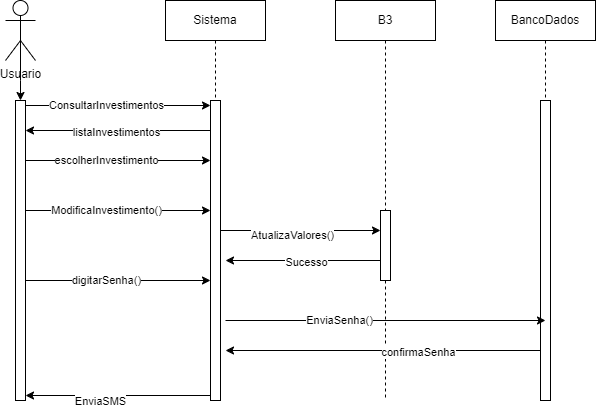
Before: diagrama_sequencia_modificar.png, a diagram exported from draw.io (ThePlano/Projeto-CC5511---ENGENHARIA-DE-SOFTWARE). Source tidied: cells renumbered, new cells last; positions are measured from the earlier drawing's top-left corner, leaving out a move shared by most shapes. The source it was exported from:
```xml
<mxGraphModel>
  <root>
    <mxCell id="0" />
    <mxCell id="1" parent="0" />
    <mxCell id="2" style="edgeStyle=orthogonalEdgeStyle;rounded=0;jettySize=auto;html=1;exitX=0.5;exitY=0.5;exitDx=0;exitDy=0;exitPerimeter=0;" parent="1" edge="1" source="3">
      <mxGeometry relative="1" as="geometry">
        <mxPoint x="15" y="100" as="targetPoint" />
      </mxGeometry>
    </mxCell>
    <mxCell id="3" value="Usuario&lt;div&gt;&lt;br&gt;&lt;/div&gt;" style="shape=umlActor;verticalLabelPosition=bottom;verticalAlign=top;html=1;outlineConnect=0;" parent="1" vertex="1">
      <mxGeometry width="30" height="60" as="geometry" />
    </mxCell>
    <mxCell id="4" value="Sistema" style="shape=umlLifeline;perimeter=lifelinePerimeter;whiteSpace=wrap;html=1;newEdgeStyle={&quot;edgeStyle&quot;:&quot;elbowEdgeStyle&quot;,&quot;elbow&quot;:&quot;vertical&quot;,&quot;curved&quot;:0,&quot;rounded&quot;:0};" parent="1" vertex="1">
      <mxGeometry x="160" width="100" height="400" as="geometry" />
    </mxCell>
    <mxCell id="5" style="html=1;points=[[0,0,0,0,5],[0,1,0,0,-5],[1,0,0,0,5],[1,1,0,0,-5]];perimeter=orthogonalPerimeter;outlineConnect=0;targetShapes=umlLifeline;portConstraint=eastwest;newEdgeStyle={&quot;curved&quot;:0,&quot;rounded&quot;:0};" parent="4" vertex="1">
      <mxGeometry x="45" y="100" width="10" height="300" as="geometry" />
    </mxCell>
    <mxCell id="6" value="B3" style="shape=umlLifeline;perimeter=lifelinePerimeter;whiteSpace=wrap;html=1;newEdgeStyle={&quot;edgeStyle&quot;:&quot;elbowEdgeStyle&quot;,&quot;elbow&quot;:&quot;vertical&quot;,&quot;curved&quot;:0,&quot;rounded&quot;:0};" parent="1" vertex="1">
      <mxGeometry x="330" width="100" height="400" as="geometry" />
    </mxCell>
    <mxCell id="7" style="html=1;points=[[0,0,0,0,5],[0,1,0,0,-5],[1,0,0,0,5],[1,1,0,0,-5]];perimeter=orthogonalPerimeter;outlineConnect=0;targetShapes=umlLifeline;portConstraint=eastwest;newEdgeStyle={&quot;curved&quot;:0,&quot;rounded&quot;:0};" parent="6" vertex="1">
      <mxGeometry x="45" y="210" width="10" height="70" as="geometry" />
    </mxCell>
    <mxCell id="8" style="html=1;points=[[0,0,0,0,5],[0,1,0,0,-5],[1,0,0,0,5],[1,1,0,0,-5]];perimeter=orthogonalPerimeter;outlineConnect=0;targetShapes=umlLifeline;portConstraint=eastwest;newEdgeStyle={&quot;curved&quot;:0,&quot;rounded&quot;:0};" parent="1" vertex="1">
      <mxGeometry x="10" y="100" width="10" height="300" as="geometry" />
    </mxCell>
    <mxCell id="9" style="edgeStyle=orthogonalEdgeStyle;rounded=0;jettySize=auto;html=1;curved=0;exitX=1;exitY=0;exitDx=0;exitDy=5;exitPerimeter=0;entryX=0;entryY=0;entryDx=0;entryDy=5;entryPerimeter=0;" parent="1" edge="1" source="8" target="5">
      <mxGeometry relative="1" as="geometry" />
    </mxCell>
    <mxCell id="10" value="ConsultarInvestimentos" style="edgeLabel;html=1;align=center;verticalAlign=middle;" parent="9" vertex="1">
      <mxGeometry x="-0.14" y="1" relative="1" as="geometry" />
    </mxCell>
    <mxCell id="11" style="edgeStyle=orthogonalEdgeStyle;rounded=0;orthogonalLoop=1;jettySize=auto;html=1;curved=0;exitX=0;exitY=1;exitDx=0;exitDy=-5;exitPerimeter=0;entryX=1;entryY=1;entryDx=0;entryDy=-5;entryPerimeter=0;" parent="1" edge="1">
      <mxGeometry relative="1" as="geometry">
        <mxPoint x="205" y="130" as="sourcePoint" />
        <mxPoint x="20" y="130" as="targetPoint" />
      </mxGeometry>
    </mxCell>
    <mxCell id="12" value="listaInvestimentos" style="edgeLabel;html=1;align=center;verticalAlign=middle;" parent="11" vertex="1">
      <mxGeometry x="0.34" y="1" relative="1" as="geometry">
        <mxPoint x="29" as="offset" />
      </mxGeometry>
    </mxCell>
    <mxCell id="13" style="edgeStyle=orthogonalEdgeStyle;rounded=0;orthogonalLoop=1;jettySize=auto;html=1;curved=0;exitX=1;exitY=0;exitDx=0;exitDy=5;exitPerimeter=0;entryX=0;entryY=0;entryDx=0;entryDy=5;entryPerimeter=0;" parent="1" edge="1">
      <mxGeometry relative="1" as="geometry">
        <mxPoint x="20" y="160" as="sourcePoint" />
        <mxPoint x="205" y="160" as="targetPoint" />
      </mxGeometry>
    </mxCell>
    <mxCell id="14" value="escolherInvestimento" style="edgeLabel;html=1;align=center;verticalAlign=middle;" parent="13" vertex="1">
      <mxGeometry x="-0.14" y="1" relative="1" as="geometry" />
    </mxCell>
    <mxCell id="15" style="edgeStyle=orthogonalEdgeStyle;rounded=0;jettySize=auto;html=1;curved=0;" parent="1" edge="1" source="5" target="7">
      <mxGeometry relative="1" as="geometry">
        <Array as="points">
          <mxPoint x="320" y="230" />
          <mxPoint x="320" y="230" />
        </Array>
      </mxGeometry>
    </mxCell>
    <mxCell id="16" value="Text" style="edgeLabel;html=1;align=center;verticalAlign=middle;" parent="15" vertex="1">
      <mxGeometry x="-0.16" y="-2" relative="1" as="geometry" />
    </mxCell>
    <mxCell id="17" value="AtualizaValores()" style="edgeLabel;html=1;align=center;verticalAlign=middle;" parent="15" vertex="1">
      <mxGeometry x="-0.11" y="-4" relative="1" as="geometry" />
    </mxCell>
    <mxCell id="18" style="edgeStyle=orthogonalEdgeStyle;rounded=0;orthogonalLoop=1;jettySize=auto;html=1;curved=0;exitX=1;exitY=0;exitDx=0;exitDy=5;exitPerimeter=0;entryX=0;entryY=0;entryDx=0;entryDy=5;entryPerimeter=0;" parent="1" edge="1">
      <mxGeometry relative="1" as="geometry">
        <mxPoint x="20" y="210" as="sourcePoint" />
        <mxPoint x="205" y="210" as="targetPoint" />
      </mxGeometry>
    </mxCell>
    <mxCell id="19" value="ModificaInvestimento()" style="edgeLabel;html=1;align=center;verticalAlign=middle;" parent="18" vertex="1">
      <mxGeometry x="-0.14" y="1" relative="1" as="geometry" />
    </mxCell>
    <mxCell id="20" value="BancoDados" style="shape=umlLifeline;perimeter=lifelinePerimeter;whiteSpace=wrap;html=1;newEdgeStyle={&quot;edgeStyle&quot;:&quot;elbowEdgeStyle&quot;,&quot;elbow&quot;:&quot;vertical&quot;,&quot;curved&quot;:0,&quot;rounded&quot;:0};" parent="1" vertex="1">
      <mxGeometry x="490" width="100" height="400" as="geometry" />
    </mxCell>
    <mxCell id="21" style="html=1;perimeter=orthogonalPerimeter;targetShapes=umlLifeline;newEdgeStyle={&quot;curved&quot;:0,&quot;rounded&quot;:0};" parent="20" vertex="1">
      <mxGeometry x="45" y="100" width="10" height="300" as="geometry" />
    </mxCell>
    <mxCell id="22" style="edgeStyle=orthogonalEdgeStyle;rounded=0;orthogonalLoop=1;jettySize=auto;html=1;curved=0;exitX=1;exitY=0;exitDx=0;exitDy=5;exitPerimeter=0;entryX=0;entryY=0;entryDx=0;entryDy=5;entryPerimeter=0;" parent="1" edge="1">
      <mxGeometry relative="1" as="geometry">
        <mxPoint x="20" y="280" as="sourcePoint" />
        <mxPoint x="205" y="280" as="targetPoint" />
      </mxGeometry>
    </mxCell>
    <mxCell id="23" value="digitarSenha()" style="edgeLabel;html=1;align=center;verticalAlign=middle;" parent="22" vertex="1">
      <mxGeometry x="-0.14" y="1" relative="1" as="geometry" />
    </mxCell>
    <mxCell id="24" style="edgeStyle=orthogonalEdgeStyle;rounded=0;orthogonalLoop=1;jettySize=auto;html=1;curved=0;exitX=1;exitY=1;exitDx=0;exitDy=-5;exitPerimeter=0;" parent="1" edge="1">
      <mxGeometry relative="1" as="geometry">
        <mxPoint x="220" y="320" as="sourcePoint" />
        <mxPoint x="540" y="320" as="targetPoint" />
      </mxGeometry>
    </mxCell>
    <mxCell id="25" value="EnviaSenha()" style="edgeLabel;html=1;align=center;verticalAlign=middle;" parent="24" vertex="1">
      <mxGeometry x="-0.29" y="1" relative="1" as="geometry" />
    </mxCell>
    <mxCell id="26" style="edgeStyle=orthogonalEdgeStyle;rounded=0;orthogonalLoop=1;jettySize=auto;html=1;curved=0;exitX=0;exitY=1;exitDx=0;exitDy=-5;exitPerimeter=0;" parent="1" edge="1">
      <mxGeometry relative="1" as="geometry">
        <mxPoint x="375" y="260" as="sourcePoint" />
        <mxPoint x="220" y="260" as="targetPoint" />
      </mxGeometry>
    </mxCell>
    <mxCell id="27" value="Sucesso" style="edgeLabel;html=1;align=center;verticalAlign=middle;" parent="26" vertex="1">
      <mxGeometry x="0.34" y="1" relative="1" as="geometry">
        <mxPoint x="29" as="offset" />
      </mxGeometry>
    </mxCell>
    <mxCell id="28" style="edgeStyle=orthogonalEdgeStyle;rounded=0;orthogonalLoop=1;jettySize=auto;html=1;curved=0;exitX=0;exitY=1;exitDx=0;exitDy=-5;exitPerimeter=0;" parent="1" edge="1">
      <mxGeometry relative="1" as="geometry">
        <mxPoint x="535" y="350" as="sourcePoint" />
        <mxPoint x="220" y="350" as="targetPoint" />
      </mxGeometry>
    </mxCell>
    <mxCell id="29" value="confirmaSenha" style="edgeLabel;html=1;align=center;verticalAlign=middle;" parent="28" vertex="1">
      <mxGeometry x="-0.22" y="1" relative="1" as="geometry" />
    </mxCell>
    <mxCell id="30" style="edgeStyle=orthogonalEdgeStyle;rounded=0;jettySize=auto;html=1;curved=0;exitX=0;exitY=1;exitDx=0;exitDy=-5;exitPerimeter=0;entryX=1;entryY=1;entryDx=0;entryDy=-5;entryPerimeter=0;" parent="1" edge="1" source="5" target="8">
      <mxGeometry relative="1" as="geometry" />
    </mxCell>
    <mxCell id="31" value="EnviaSMS" style="edgeLabel;html=1;align=center;verticalAlign=middle;" parent="30" vertex="1">
      <mxGeometry x="0.2" y="5" relative="1" as="geometry" />
    </mxCell>
  </root>
</mxGraphModel>
```
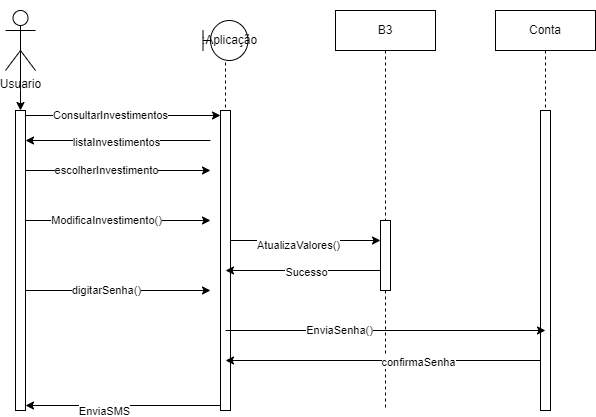
Above is the later version.

What changed in the source:
```diff
@@ -11,7 +11,7 @@
       <mxGeometry width="30" height="60" as="geometry" />
     </mxCell>
     <mxCell id="4" value="Sistema" style="shape=umlLifeline;perimeter=lifelinePerimeter;whiteSpace=wrap;html=1;newEdgeStyle={&quot;edgeStyle&quot;:&quot;elbowEdgeStyle&quot;,&quot;elbow&quot;:&quot;vertical&quot;,&quot;curved&quot;:0,&quot;rounded&quot;:0};" parent="1" vertex="1">
-      <mxGeometry x="160" width="100" height="400" as="geometry" />
+      <mxGeometry x="170" width="100" height="400" as="geometry" />
     </mxCell>
     <mxCell id="5" style="html=1;points=[[0,0,0,0,5],[0,1,0,0,-5],[1,0,0,0,5],[1,1,0,0,-5]];perimeter=orthogonalPerimeter;outlineConnect=0;targetShapes=umlLifeline;portConstraint=eastwest;newEdgeStyle={&quot;curved&quot;:0,&quot;rounded&quot;:0};" parent="4" vertex="1">
       <mxGeometry x="45" y="100" width="10" height="300" as="geometry" />
@@ -74,7 +74,7 @@
     <mxCell id="19" value="ModificaInvestimento()" style="edgeLabel;html=1;align=center;verticalAlign=middle;" parent="18" vertex="1">
       <mxGeometry x="-0.14" y="1" relative="1" as="geometry" />
     </mxCell>
-    <mxCell id="20" value="BancoDados" style="shape=umlLifeline;perimeter=lifelinePerimeter;whiteSpace=wrap;html=1;newEdgeStyle={&quot;edgeStyle&quot;:&quot;elbowEdgeStyle&quot;,&quot;elbow&quot;:&quot;vertical&quot;,&quot;curved&quot;:0,&quot;rounded&quot;:0};" parent="1" vertex="1">
+    <mxCell id="20" value="Conta" style="shape=umlLifeline;perimeter=lifelinePerimeter;whiteSpace=wrap;html=1;newEdgeStyle={&quot;edgeStyle&quot;:&quot;elbowEdgeStyle&quot;,&quot;elbow&quot;:&quot;vertical&quot;,&quot;curved&quot;:0,&quot;rounded&quot;:0};" parent="1" vertex="1">
       <mxGeometry x="490" width="100" height="400" as="geometry" />
     </mxCell>
     <mxCell id="21" style="html=1;perimeter=orthogonalPerimeter;targetShapes=umlLifeline;newEdgeStyle={&quot;curved&quot;:0,&quot;rounded&quot;:0};" parent="20" vertex="1">
@@ -124,5 +124,11 @@
     <mxCell id="31" value="EnviaSMS" style="edgeLabel;html=1;align=center;verticalAlign=middle;" parent="30" vertex="1">
       <mxGeometry x="0.2" y="5" relative="1" as="geometry" />
     </mxCell>
+    <mxCell id="32" style="rounded=0;whiteSpace=wrap;html=1;strokeColor=none;" parent="1" vertex="1">
+      <mxGeometry x="165" y="-10" width="110" height="60" as="geometry" />
+    </mxCell>
+    <mxCell id="33" value=":Aplicação" style="shape=umlBoundary;whiteSpace=wrap;html=1;" parent="1" vertex="1">
+      <mxGeometry x="197.5" y="10" width="45" height="40" as="geometry" />
+    </mxCell>
   </root>
 </mxGraphModel>
```
